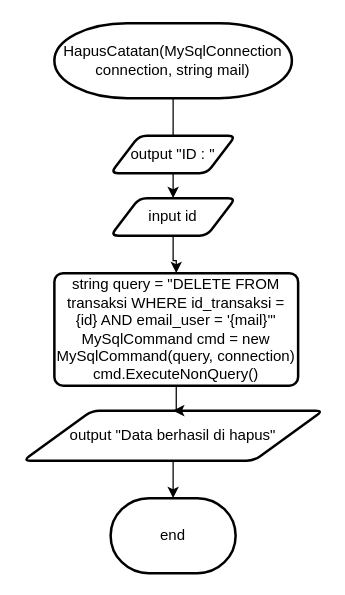
Earlier version of the draw.io diagram page "HapusTransaksi" (11 of 20) of Untitled Diagram.drawio (AdliXSec/FlowchartTubes). Source tidied: cells renumbered, new cells numbered last; positions are measured from the earlier drawing's top-left corner, leaving out a move shared by most shapes. Both pictures are drawn from the tidied source at 125%, with x=0, y=0 at pixel (22, 22).
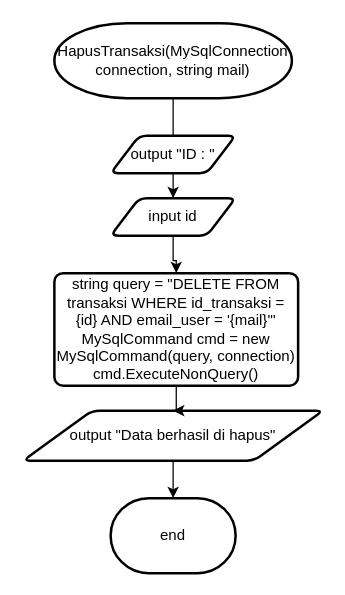
After the change.

Change to the diagram source:
```diff
@@
 <mxGraphModel>
   <root>
     <mxCell id="0" />
     <mxCell id="1" parent="0" />
     <mxCell id="2" style="edgeStyle=orthogonalEdgeStyle;rounded=0;jettySize=auto;html=1;" parent="1" edge="1" source="3" target="7">
       <mxGeometry relative="1" as="geometry" />
     </mxCell>
-    <mxCell id="3" value="HapusCatatan(MySqlConnection connection, string mail)" style="strokeWidth=2;html=1;shape=mxgraph.flowchart.terminator;whiteSpace=wrap;" parent="1" vertex="1">
+    <mxCell id="3" value="HapusTransaksi(MySqlConnection connection, string mail)" style="strokeWidth=2;html=1;shape=mxgraph.flowchart.terminator;whiteSpace=wrap;" parent="1" vertex="1">
       <mxGeometry x="25" width="190" height="60" as="geometry" />
     </mxCell>
     <mxCell id="4" value="end" style="strokeWidth=2;html=1;shape=mxgraph.flowchart.terminator;whiteSpace=wrap;" parent="1" vertex="1">
       <mxGeometry x="70" y="380" width="100" height="60" as="geometry" />
     </mxCell>
     <mxCell id="5" value="output &quot;ID : &quot;" style="shape=parallelogram;html=1;strokeWidth=2;perimeter=parallelogramPerimeter;whiteSpace=wrap;rounded=1;arcSize=12;size=0.23;" parent="1" vertex="1">
       <mxGeometry x="70" y="90" width="100" height="30" as="geometry" />
     </mxCell>
     <mxCell id="6" style="edgeStyle=orthogonalEdgeStyle;rounded=0;jettySize=auto;html=1;" parent="1" edge="1" source="7" target="11">
       <mxGeometry relative="1" as="geometry" />
     </mxCell>
     <mxCell id="7" value="input id" style="shape=parallelogram;html=1;strokeWidth=2;perimeter=parallelogramPerimeter;whiteSpace=wrap;rounded=1;arcSize=12;size=0.23;" parent="1" vertex="1">
       <mxGeometry x="70" y="140" width="100" height="30" as="geometry" />
     </mxCell>
     <mxCell id="8" style="edgeStyle=orthogonalEdgeStyle;rounded=0;jettySize=auto;html=1;" parent="1" edge="1" source="9" target="4">
       <mxGeometry relative="1" as="geometry" />
     </mxCell>
     <mxCell id="9" value="output &quot;Data berhasil di hapus&quot;" style="shape=parallelogram;html=1;strokeWidth=2;perimeter=parallelogramPerimeter;whiteSpace=wrap;rounded=1;arcSize=12;size=0.23;" parent="1" vertex="1">
       <mxGeometry y="310" width="240" height="40" as="geometry" />
     </mxCell>
     <mxCell id="10" style="edgeStyle=orthogonalEdgeStyle;rounded=0;jettySize=auto;html=1;" parent="1" edge="1" source="11" target="9">
       <mxGeometry relative="1" as="geometry" />
     </mxCell>
     <mxCell id="11" value="string query = &quot;DELETE FROM transaksi WHERE id_transaksi = {id} AND email_user = '{mail}'&quot;&lt;div&gt;MySqlCommand cmd = new MySqlCommand(query, connection)&lt;/div&gt;&lt;div&gt;cmd.ExecuteNonQuery()&lt;/div&gt;" style="rounded=1;whiteSpace=wrap;html=1;absoluteArcSize=1;arcSize=14;strokeWidth=2;" parent="1" vertex="1">
       <mxGeometry x="25" y="200" width="195" height="90" as="geometry" />
     </mxCell>
   </root>
 </mxGraphModel>
```
